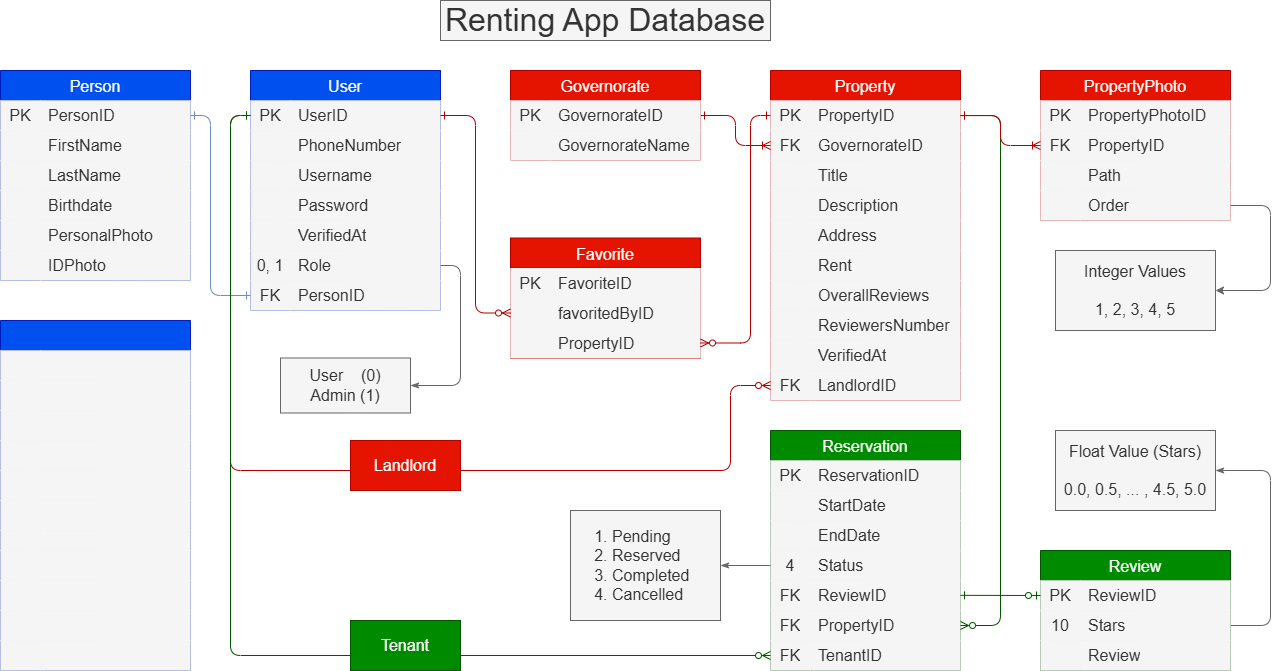
Before: database/diagrams/renting_app_database.png, a diagram exported from draw.io (KareemAlHamwi/Renting-App). Source tidied: cells renumbered, new cells last; positions are measured from the earlier drawing's top-left corner, leaving out a move shared by most shapes.
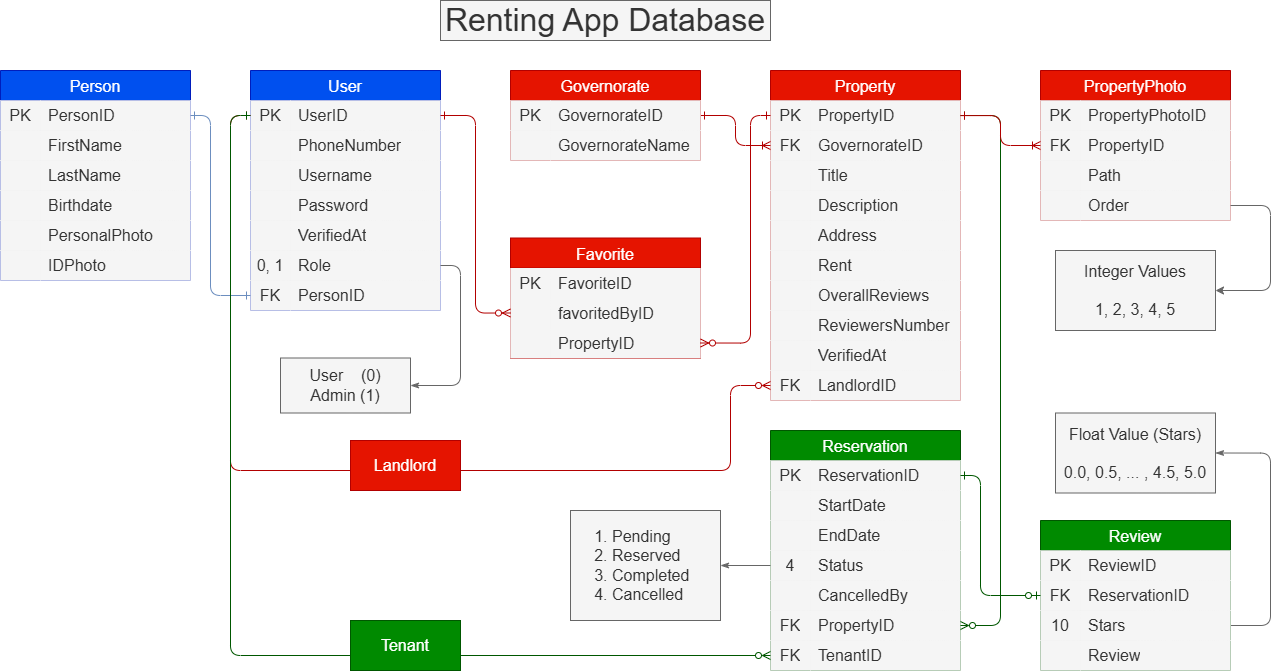
Later version of the same file.

Change to the diagram source:
```diff
@@ -260,10 +260,10 @@
     <mxCell id="87" style="shape=tableRow;horizontal=0;startSize=0;swimlaneHead=0;swimlaneBody=0;top=0;left=0;bottom=0;right=0;fillColor=#f5f5f5;fontSize=16;shadow=0;strokeColor=#666666;fontColor=light-dark(#333333,#FFFFFF);" parent="74" vertex="1">
       <mxGeometry y="150" width="190" height="30" as="geometry" />
     </mxCell>
-    <mxCell id="88" value="FK" style="shape=partialRectangle;html=1;whiteSpace=wrap;fillColor=#f5f5f5;top=0;left=0;bottom=0;right=0;overflow=hidden;fontSize=16;shadow=0;strokeColor=#666666;fontColor=light-dark(#333333,#FFFFFF);" parent="87" vertex="1">
+    <mxCell id="88" style="shape=partialRectangle;html=1;whiteSpace=wrap;fillColor=#f5f5f5;top=0;left=0;bottom=0;right=0;overflow=hidden;fontSize=16;shadow=0;strokeColor=#666666;fontColor=light-dark(#333333,#FFFFFF);" parent="87" vertex="1">
       <mxGeometry width="40" height="30" as="geometry" />
     </mxCell>
-    <mxCell id="89" value="ReviewID" style="shape=partialRectangle;html=1;whiteSpace=wrap;fillColor=#f5f5f5;top=0;left=0;bottom=0;right=0;align=left;spacingLeft=6;overflow=hidden;fontSize=16;shadow=0;strokeColor=#666666;fontColor=light-dark(#333333,#FFFFFF);" parent="87" vertex="1">
+    <mxCell id="89" value="CancelledBy" style="shape=partialRectangle;html=1;whiteSpace=wrap;fillColor=#f5f5f5;top=0;left=0;bottom=0;right=0;align=left;spacingLeft=6;overflow=hidden;fontSize=16;shadow=0;strokeColor=#666666;fontColor=light-dark(#333333,#FFFFFF);" parent="87" vertex="1">
       <mxGeometry x="40" width="150" height="30" as="geometry" />
     </mxCell>
     <mxCell id="90" style="shape=tableRow;horizontal=0;startSize=0;swimlaneHead=0;swimlaneBody=0;top=0;left=0;bottom=0;right=0;fillColor=#f5f5f5;points=[[0,0.5],[1,0.5]];portConstraint=eastwest;fontSize=16;shadow=0;strokeColor=#666666;fontColor=light-dark(#333333,#FFFFFF);" parent="74" vertex="1">
@@ -345,7 +345,7 @@
     <mxCell id="108" style="edgeStyle=orthogonalEdgeStyle;html=1;exitX=1;exitY=0.5;exitDx=0;exitDy=0;entryX=1;entryY=0.5;entryDx=0;entryDy=0;endArrow=none;endFill=0;startArrow=classicThin;startFill=1;fillColor=#f5f5f5;fontColor=light-dark(#333333,#FFFFFF);strokeColor=light-dark(#666666,#FFFFFF);" parent="1" edge="1" source="138" target="130">
       <mxGeometry relative="1" as="geometry">
         <Array as="points">
-          <mxPoint x="1270" y="470" />
+          <mxPoint x="1270" y="452" />
           <mxPoint x="1270" y="625" />
         </Array>
       </mxGeometry>
@@ -408,7 +408,7 @@
       </mxGeometry>
     </mxCell>
     <mxCell id="126" value="Review" style="shape=table;startSize=30;rowLines=0;fontStyle=0;fontSize=16;shadow=0;fillColor=#008a00;strokeColor=#005700;fontColor=#ffffff;" parent="1" vertex="1">
-      <mxGeometry x="1040" y="550" width="190" height="120" as="geometry" />
+      <mxGeometry x="1040" y="520" width="190" height="150" as="geometry" />
     </mxCell>
     <mxCell id="127" style="shape=tableRow;horizontal=0;startSize=0;swimlaneHead=0;swimlaneBody=0;top=0;left=0;bottom=0;right=0;fillColor=#f5f5f5;points=[[0,0.5],[1,0.5]];portConstraint=eastwest;fontSize=16;shadow=0;strokeColor=#666666;fontColor=light-dark(#333333,#FFFFFF);" parent="126" vertex="1">
       <mxGeometry y="30" width="190" height="30" as="geometry" />
@@ -419,8 +419,17 @@
     <mxCell id="129" value="ReviewID" style="shape=partialRectangle;html=1;whiteSpace=wrap;fillColor=#f5f5f5;top=0;left=0;bottom=0;right=0;align=left;spacingLeft=6;overflow=hidden;fontSize=16;shadow=0;strokeColor=#666666;fontColor=light-dark(#333333,#FFFFFF);" parent="127" vertex="1">
       <mxGeometry x="40" width="150" height="30" as="geometry" />
     </mxCell>
+    <mxCell id="160" style="shape=tableRow;horizontal=0;startSize=0;swimlaneHead=0;swimlaneBody=0;top=0;left=0;bottom=0;right=0;fillColor=#f5f5f5;points=[[0,0.5],[1,0.5]];portConstraint=eastwest;fontSize=16;shadow=0;strokeColor=#666666;fontColor=light-dark(#333333,#FFFFFF);" parent="126" vertex="1">
+      <mxGeometry y="60" width="190" height="30" as="geometry" />
+    </mxCell>
+    <mxCell id="190" value="FK" style="shape=partialRectangle;html=1;whiteSpace=wrap;fillColor=#f5f5f5;top=0;left=0;bottom=0;right=0;overflow=hidden;fontSize=16;shadow=0;strokeColor=#666666;fontColor=light-dark(#333333,#FFFFFF);" parent="160" vertex="1">
+      <mxGeometry width="40" height="30" as="geometry" />
+    </mxCell>
+    <mxCell id="191" value="ReservationID" style="shape=partialRectangle;html=1;whiteSpace=wrap;fillColor=#f5f5f5;top=0;left=0;bottom=0;right=0;align=left;spacingLeft=6;overflow=hidden;fontSize=16;shadow=0;strokeColor=#666666;fontColor=light-dark(#333333,#FFFFFF);" parent="160" vertex="1">
+      <mxGeometry x="40" width="150" height="30" as="geometry" />
+    </mxCell>
     <mxCell id="130" style="shape=tableRow;horizontal=0;startSize=0;swimlaneHead=0;swimlaneBody=0;top=0;left=0;bottom=0;right=0;fillColor=#f5f5f5;points=[[0,0.5],[1,0.5]];portConstraint=eastwest;fontSize=16;shadow=0;strokeColor=#666666;fontColor=light-dark(#333333,#FFFFFF);" parent="126" vertex="1">
-      <mxGeometry y="60" width="190" height="30" as="geometry" />
+      <mxGeometry y="90" width="190" height="30" as="geometry" />
     </mxCell>
     <mxCell id="131" value="10" style="shape=partialRectangle;html=1;whiteSpace=wrap;fillColor=#f5f5f5;top=0;left=0;bottom=0;right=0;overflow=hidden;fontSize=16;shadow=0;strokeColor=#666666;fontColor=light-dark(#333333,#FFFFFF);" parent="130" vertex="1">
       <mxGeometry width="40" height="30" as="geometry" />
@@ -429,7 +438,7 @@
       <mxGeometry x="40" width="150" height="30" as="geometry" />
     </mxCell>
     <mxCell id="133" style="shape=tableRow;horizontal=0;startSize=0;swimlaneHead=0;swimlaneBody=0;top=0;left=0;bottom=0;right=0;fillColor=#f5f5f5;fontSize=16;shadow=0;strokeColor=#666666;fontColor=light-dark(#333333,#FFFFFF);" parent="126" vertex="1">
-      <mxGeometry y="90" width="190" height="30" as="geometry" />
+      <mxGeometry y="120" width="190" height="30" as="geometry" />
     </mxCell>
     <mxCell id="134" style="shape=partialRectangle;html=1;whiteSpace=wrap;fillColor=#f5f5f5;top=0;left=0;bottom=0;right=0;overflow=hidden;fontSize=16;shadow=0;strokeColor=#666666;fontColor=light-dark(#333333,#FFFFFF);" parent="133" vertex="1">
       <mxGeometry width="40" height="30" as="geometry" />
@@ -437,16 +446,19 @@
     <mxCell id="135" value="Review" style="shape=partialRectangle;html=1;whiteSpace=wrap;fillColor=#f5f5f5;top=0;left=0;bottom=0;right=0;align=left;spacingLeft=6;overflow=hidden;fontSize=16;shadow=0;strokeColor=#666666;fontColor=light-dark(#333333,#FFFFFF);" parent="133" vertex="1">
       <mxGeometry x="40" width="150" height="30" as="geometry" />
     </mxCell>
-    <mxCell id="136" style="edgeStyle=none;html=1;exitX=0;exitY=0.5;exitDx=0;exitDy=0;startArrow=ERzeroToOne;startFill=0;endArrow=ERone;endFill=0;fillColor=#008a00;fontColor=light-dark(#333333,#FFFFFF);strokeColor=#005700;" parent="1" edge="1" source="127">
+    <mxCell id="136" style="edgeStyle=orthogonalEdgeStyle;html=1;exitX=0;exitY=0.5;exitDx=0;exitDy=0;startArrow=ERzeroToOne;startFill=0;endArrow=ERone;endFill=0;fillColor=#008a00;fontColor=light-dark(#333333,#FFFFFF);strokeColor=#005700;entryX=1;entryY=0.5;entryDx=0;entryDy=0;" parent="1" edge="1" source="160" target="75">
       <mxGeometry relative="1" as="geometry">
-        <mxPoint x="960" y="594.8" as="targetPoint" />
+        <Array as="points">
+          <mxPoint x="980" y="595" />
+          <mxPoint x="980" y="475" />
+        </Array>
       </mxGeometry>
     </mxCell>
     <mxCell id="137" value="&lt;font style=&quot;&quot;&gt;Integer Values&lt;br&gt;&lt;br&gt;1, 2, 3, 4, 5&lt;/font&gt;" style="rounded=0;whiteSpace=wrap;html=1;align=center;fontSize=16;shadow=0;fillColor=#f5f5f5;strokeColor=light-dark(#666666,#F7F7F7);fontColor=light-dark(#333333,#FFFFFF);" parent="1" vertex="1">
       <mxGeometry x="1055" y="250" width="160" height="80" as="geometry" />
     </mxCell>
     <mxCell id="138" value="&lt;div&gt;&lt;font style=&quot;&quot;&gt;Float Value (Stars)&lt;br&gt;&lt;br&gt;0.0, 0.5, ... , 4.5, 5.0&lt;/font&gt;&lt;/div&gt;" style="rounded=0;whiteSpace=wrap;html=1;align=center;fontSize=16;shadow=0;fillColor=#f5f5f5;strokeColor=light-dark(#666666,#FFFFFF);fontColor=light-dark(#333333,#FFFFFF);" parent="1" vertex="1">
-      <mxGeometry x="1055" y="430" width="160" height="80" as="geometry" />
+      <mxGeometry x="1055" y="412.5" width="160" height="80" as="geometry" />
     </mxCell>
     <mxCell id="139" style="edgeStyle=orthogonalEdgeStyle;html=1;exitX=1;exitY=0.5;exitDx=0;exitDy=0;entryX=1;entryY=0.5;entryDx=0;entryDy=0;fillColor=#f5f5f5;fontColor=light-dark(#333333,#FFFFFF);strokeColor=light-dark(#666666,#FFFFFF);" parent="1" edge="1" source="122" target="137">
       <mxGeometry relative="1" as="geometry">
@@ -514,107 +526,5 @@
     <mxCell id="155" value="&lt;span style=&quot;color: rgb(255, 255, 255); font-size: 16px; text-wrap-mode: nowrap;&quot;&gt;Tenant&lt;/span&gt;" style="rounded=0;whiteSpace=wrap;html=1;fillColor=#008a00;strokeColor=#005700;fontColor=#ffffff;" parent="1" vertex="1">
       <mxGeometry x="350" y="620" width="110" height="50" as="geometry" />
     </mxCell>
-    <mxCell id="156" style="shape=table;startSize=30;rowLines=0;fontStyle=0;fontSize=16;shadow=0;fillColor=#0050ef;strokeColor=#001DBC;fontColor=#ffffff;" parent="1" vertex="1">
-      <mxGeometry y="320" width="190" height="350" as="geometry" />
-    </mxCell>
-    <mxCell id="157" style="shape=tableRow;horizontal=0;startSize=0;swimlaneHead=0;swimlaneBody=0;top=0;left=0;bottom=0;right=0;fillColor=#f5f5f5;fontSize=16;shadow=0;strokeColor=#666666;fontColor=light-dark(#333333,#FFFFFF);" parent="156" vertex="1">
-      <mxGeometry y="30" width="190" height="30" as="geometry" />
-    </mxCell>
-    <mxCell id="158" style="shape=partialRectangle;html=1;whiteSpace=wrap;fillColor=#f5f5f5;top=0;left=0;bottom=0;right=0;overflow=hidden;fontSize=16;shadow=0;strokeColor=#666666;fontColor=light-dark(#333333,#FFFFFF);" parent="157" vertex="1">
-      <mxGeometry width="40" height="30" as="geometry" />
-    </mxCell>
-    <mxCell id="159" style="shape=partialRectangle;html=1;whiteSpace=wrap;fillColor=#f5f5f5;top=0;left=0;bottom=0;right=0;align=left;spacingLeft=6;overflow=hidden;fontSize=16;shadow=0;strokeColor=#666666;fontColor=light-dark(#333333,#FFFFFF);" parent="157" vertex="1">
-      <mxGeometry x="40" width="150" height="30" as="geometry" />
-    </mxCell>
-    <mxCell id="160" style="shape=tableRow;horizontal=0;startSize=0;swimlaneHead=0;swimlaneBody=0;top=0;left=0;bottom=0;right=0;fillColor=#f5f5f5;points=[[0,0.5],[1,0.5]];portConstraint=eastwest;fontSize=16;shadow=0;strokeColor=#666666;fontColor=light-dark(#333333,#FFFFFF);" parent="156" vertex="1">
-      <mxGeometry y="60" width="190" height="30" as="geometry" />
-    </mxCell>
-    <mxCell id="161" style="shape=partialRectangle;html=1;whiteSpace=wrap;fillColor=#f5f5f5;top=0;left=0;bottom=0;right=0;overflow=hidden;fontSize=16;shadow=0;strokeColor=#666666;fontColor=light-dark(#333333,#FFFFFF);" parent="160" vertex="1">
-      <mxGeometry width="40" height="30" as="geometry" />
-    </mxCell>
-    <mxCell id="162" style="shape=partialRectangle;html=1;whiteSpace=wrap;fillColor=#f5f5f5;top=0;left=0;bottom=0;right=0;align=left;spacingLeft=6;overflow=hidden;fontSize=16;shadow=0;strokeColor=#666666;fontColor=light-dark(#333333,#FFFFFF);" parent="160" vertex="1">
-      <mxGeometry x="40" width="150" height="30" as="geometry" />
-    </mxCell>
-    <mxCell id="163" style="shape=tableRow;horizontal=0;startSize=0;swimlaneHead=0;swimlaneBody=0;top=0;left=0;bottom=0;right=0;fillColor=#f5f5f5;fontSize=16;shadow=0;strokeColor=#666666;fontColor=light-dark(#333333,#FFFFFF);" parent="156" vertex="1">
-      <mxGeometry y="90" width="190" height="30" as="geometry" />
-    </mxCell>
-    <mxCell id="164" style="shape=partialRectangle;html=1;whiteSpace=wrap;fillColor=#f5f5f5;top=0;left=0;bottom=0;right=0;overflow=hidden;fontSize=16;shadow=0;strokeColor=#666666;fontColor=light-dark(#333333,#FFFFFF);" parent="163" vertex="1">
-      <mxGeometry width="40" height="30" as="geometry" />
-    </mxCell>
-    <mxCell id="165" style="shape=partialRectangle;html=1;whiteSpace=wrap;fillColor=#f5f5f5;top=0;left=0;bottom=0;right=0;align=left;spacingLeft=6;overflow=hidden;fontSize=16;shadow=0;strokeColor=#666666;fontColor=light-dark(#333333,#FFFFFF);" parent="163" vertex="1">
-      <mxGeometry x="40" width="150" height="30" as="geometry" />
-    </mxCell>
-    <mxCell id="166" style="shape=tableRow;horizontal=0;startSize=0;swimlaneHead=0;swimlaneBody=0;top=0;left=0;bottom=0;right=0;fillColor=#f5f5f5;fontSize=16;shadow=0;strokeColor=#666666;fontColor=light-dark(#333333,#FFFFFF);" parent="156" vertex="1">
-      <mxGeometry y="120" width="190" height="30" as="geometry" />
-    </mxCell>
-    <mxCell id="167" style="shape=partialRectangle;html=1;whiteSpace=wrap;fillColor=#f5f5f5;top=0;left=0;bottom=0;right=0;overflow=hidden;fontSize=16;shadow=0;strokeColor=#666666;fontColor=light-dark(#333333,#FFFFFF);" parent="166" vertex="1">
-      <mxGeometry width="40" height="30" as="geometry" />
-    </mxCell>
-    <mxCell id="168" style="shape=partialRectangle;html=1;whiteSpace=wrap;fillColor=#f5f5f5;top=0;left=0;bottom=0;right=0;align=left;spacingLeft=6;overflow=hidden;fontSize=16;shadow=0;strokeColor=#666666;fontColor=light-dark(#333333,#FFFFFF);" parent="166" vertex="1">
-      <mxGeometry x="40" width="150" height="30" as="geometry" />
-    </mxCell>
-    <mxCell id="169" style="shape=tableRow;horizontal=0;startSize=0;swimlaneHead=0;swimlaneBody=0;top=0;left=0;bottom=0;right=0;fillColor=#f5f5f5;fontSize=16;shadow=0;strokeColor=#666666;fontColor=light-dark(#333333,#FFFFFF);" parent="156" vertex="1">
-      <mxGeometry y="150" width="190" height="30" as="geometry" />
-    </mxCell>
-    <mxCell id="170" style="shape=partialRectangle;html=1;whiteSpace=wrap;fillColor=#f5f5f5;top=0;left=0;bottom=0;right=0;overflow=hidden;fontSize=16;shadow=0;strokeColor=#666666;fontColor=light-dark(#333333,#FFFFFF);" parent="169" vertex="1">
-      <mxGeometry width="40" height="30" as="geometry" />
-    </mxCell>
-    <mxCell id="171" style="shape=partialRectangle;html=1;whiteSpace=wrap;fillColor=#f5f5f5;top=0;left=0;bottom=0;right=0;align=left;spacingLeft=6;overflow=hidden;fontSize=16;shadow=0;strokeColor=#666666;fontColor=light-dark(#333333,#FFFFFF);" parent="169" vertex="1">
-      <mxGeometry x="40" width="150" height="30" as="geometry" />
-    </mxCell>
-    <mxCell id="172" style="shape=tableRow;horizontal=0;startSize=0;swimlaneHead=0;swimlaneBody=0;top=0;left=0;bottom=0;right=0;fillColor=#f5f5f5;fontSize=16;shadow=0;strokeColor=#666666;fontColor=light-dark(#333333,#FFFFFF);" parent="156" vertex="1">
-      <mxGeometry y="180" width="190" height="30" as="geometry" />
-    </mxCell>
-    <mxCell id="173" style="shape=partialRectangle;html=1;whiteSpace=wrap;fillColor=#f5f5f5;top=0;left=0;bottom=0;right=0;overflow=hidden;fontSize=16;shadow=0;strokeColor=#666666;fontColor=light-dark(#333333,#FFFFFF);" parent="172" vertex="1">
-      <mxGeometry width="40" height="30" as="geometry" />
-    </mxCell>
-    <mxCell id="174" style="shape=partialRectangle;html=1;whiteSpace=wrap;fillColor=#f5f5f5;top=0;left=0;bottom=0;right=0;align=left;spacingLeft=6;overflow=hidden;fontSize=16;shadow=0;strokeColor=#666666;fontColor=light-dark(#333333,#FFFFFF);" parent="172" vertex="1">
-      <mxGeometry x="40" width="150" height="30" as="geometry" />
-    </mxCell>
-    <mxCell id="175" style="shape=tableRow;horizontal=0;startSize=0;swimlaneHead=0;swimlaneBody=0;top=0;left=0;bottom=0;right=0;fillColor=#f5f5f5;fontSize=16;shadow=0;strokeColor=#666666;fontColor=light-dark(#333333,#FFFFFF);" parent="156" vertex="1">
-      <mxGeometry y="210" width="190" height="20" as="geometry" />
-    </mxCell>
-    <mxCell id="176" style="shape=partialRectangle;html=1;whiteSpace=wrap;fillColor=#f5f5f5;top=0;left=0;bottom=0;right=0;overflow=hidden;fontSize=16;shadow=0;strokeColor=#666666;fontColor=light-dark(#333333,#FFFFFF);" parent="175" vertex="1">
-      <mxGeometry width="40" height="20" as="geometry" />
-    </mxCell>
-    <mxCell id="177" style="shape=partialRectangle;html=1;whiteSpace=wrap;fillColor=#f5f5f5;top=0;left=0;bottom=0;right=0;align=left;spacingLeft=6;overflow=hidden;fontSize=16;shadow=0;strokeColor=#666666;fontColor=light-dark(#333333,#FFFFFF);" parent="175" vertex="1">
-      <mxGeometry x="40" width="150" height="20" as="geometry" />
-    </mxCell>
-    <mxCell id="178" style="shape=tableRow;horizontal=0;startSize=0;swimlaneHead=0;swimlaneBody=0;top=0;left=0;bottom=0;right=0;fillColor=#f5f5f5;fontSize=16;shadow=0;strokeColor=#666666;fontColor=light-dark(#333333,#FFFFFF);" parent="156" vertex="1">
-      <mxGeometry y="230" width="190" height="30" as="geometry" />
-    </mxCell>
-    <mxCell id="179" style="shape=partialRectangle;html=1;whiteSpace=wrap;fillColor=#f5f5f5;top=0;left=0;bottom=0;right=0;overflow=hidden;fontSize=16;shadow=0;strokeColor=#666666;fontColor=light-dark(#333333,#FFFFFF);" parent="178" vertex="1">
-      <mxGeometry width="40" height="30" as="geometry" />
-    </mxCell>
-    <mxCell id="180" style="shape=partialRectangle;html=1;whiteSpace=wrap;fillColor=#f5f5f5;top=0;left=0;bottom=0;right=0;align=left;spacingLeft=6;overflow=hidden;fontSize=16;shadow=0;strokeColor=#666666;fontColor=light-dark(#333333,#FFFFFF);" parent="178" vertex="1">
-      <mxGeometry x="40" width="150" height="30" as="geometry" />
-    </mxCell>
-    <mxCell id="181" style="shape=tableRow;horizontal=0;startSize=0;swimlaneHead=0;swimlaneBody=0;top=0;left=0;bottom=0;right=0;fillColor=#f5f5f5;fontSize=16;shadow=0;strokeColor=#666666;fontColor=light-dark(#333333,#FFFFFF);" parent="156" vertex="1">
-      <mxGeometry y="260" width="190" height="30" as="geometry" />
-    </mxCell>
-    <mxCell id="182" style="shape=partialRectangle;html=1;whiteSpace=wrap;fillColor=#f5f5f5;top=0;left=0;bottom=0;right=0;overflow=hidden;fontSize=16;shadow=0;strokeColor=#666666;fontColor=light-dark(#333333,#FFFFFF);" parent="181" vertex="1">
-      <mxGeometry width="40" height="30" as="geometry" />
-    </mxCell>
-    <mxCell id="183" style="shape=partialRectangle;html=1;whiteSpace=wrap;fillColor=#f5f5f5;top=0;left=0;bottom=0;right=0;align=left;spacingLeft=6;overflow=hidden;fontSize=16;shadow=0;strokeColor=#666666;fontColor=light-dark(#333333,#FFFFFF);" parent="181" vertex="1">
-      <mxGeometry x="40" width="150" height="30" as="geometry" />
-    </mxCell>
-    <mxCell id="184" style="shape=tableRow;horizontal=0;startSize=0;swimlaneHead=0;swimlaneBody=0;top=0;left=0;bottom=0;right=0;fillColor=#f5f5f5;fontSize=16;shadow=0;strokeColor=#666666;fontColor=light-dark(#333333,#FFFFFF);" parent="156" vertex="1">
-      <mxGeometry y="290" width="190" height="30" as="geometry" />
-    </mxCell>
-    <mxCell id="185" style="shape=partialRectangle;html=1;whiteSpace=wrap;fillColor=#f5f5f5;top=0;left=0;bottom=0;right=0;overflow=hidden;fontSize=16;shadow=0;strokeColor=#666666;fontColor=light-dark(#333333,#FFFFFF);" parent="184" vertex="1">
-      <mxGeometry width="40" height="30" as="geometry" />
-    </mxCell>
-    <mxCell id="186" style="shape=partialRectangle;html=1;whiteSpace=wrap;fillColor=#f5f5f5;top=0;left=0;bottom=0;right=0;align=left;spacingLeft=6;overflow=hidden;fontSize=16;shadow=0;strokeColor=#666666;fontColor=light-dark(#333333,#FFFFFF);" parent="184" vertex="1">
-      <mxGeometry x="40" width="150" height="30" as="geometry" />
-    </mxCell>
-    <mxCell id="187" style="shape=tableRow;horizontal=0;startSize=0;swimlaneHead=0;swimlaneBody=0;top=0;left=0;bottom=0;right=0;fillColor=#f5f5f5;fontSize=16;shadow=0;strokeColor=#666666;fontColor=light-dark(#333333,#FFFFFF);" parent="156" vertex="1">
-      <mxGeometry y="320" width="190" height="30" as="geometry" />
-    </mxCell>
-    <mxCell id="188" style="shape=partialRectangle;html=1;whiteSpace=wrap;fillColor=#f5f5f5;top=0;left=0;bottom=0;right=0;overflow=hidden;fontSize=16;shadow=0;strokeColor=#666666;fontColor=light-dark(#333333,#FFFFFF);" parent="187" vertex="1">
-      <mxGeometry width="40" height="30" as="geometry" />
-    </mxCell>
-    <mxCell id="189" style="shape=partialRectangle;html=1;whiteSpace=wrap;fillColor=#f5f5f5;top=0;left=0;bottom=0;right=0;align=left;spacingLeft=6;overflow=hidden;fontSize=16;shadow=0;strokeColor=#666666;fontColor=light-dark(#333333,#FFFFFF);" parent="187" vertex="1">
-      <mxGeometry x="40" width="150" height="30" as="geometry" />
-    </mxCell>
   </root>
 </mxGraphModel>
```
